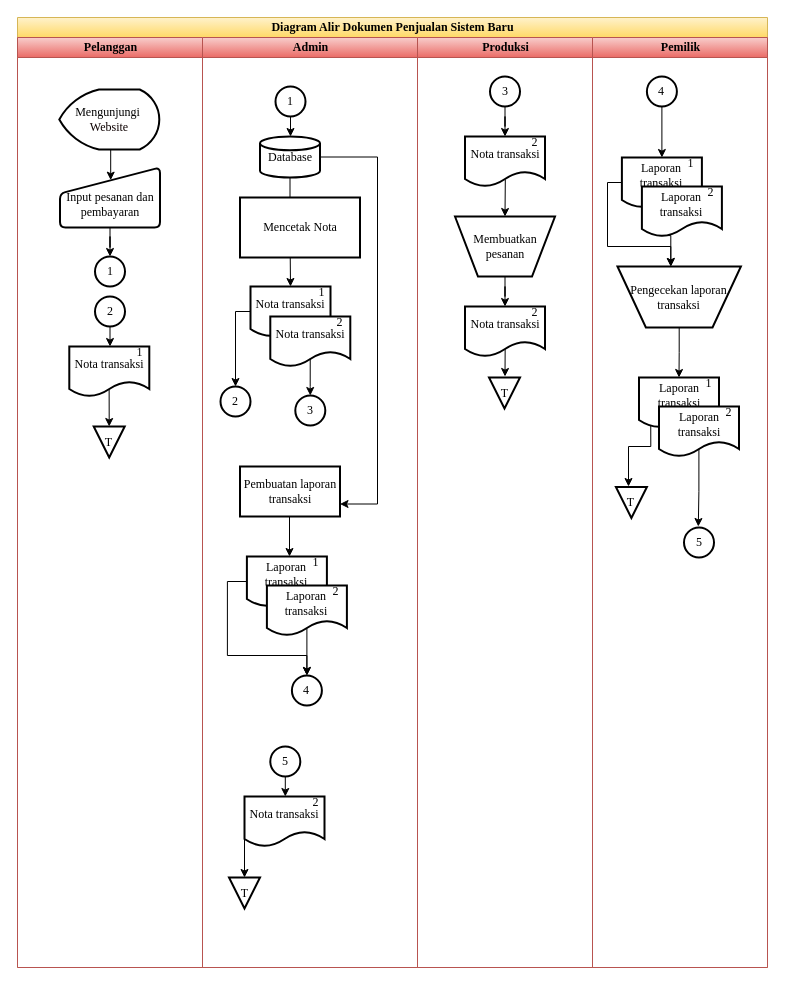
Before: page "Flowchart Baru Revisi" (17 of 22) of TA.drawio in angelinahandini/TA, a draw.io diagram. Source tidied: cells renumbered, new cells numbered last; positions are measured from the earlier drawing's top-left corner, leaving out a move shared by most shapes. Both pictures are drawn from the tidied source at 100%, with x=0, y=0 at pixel (17, 17).
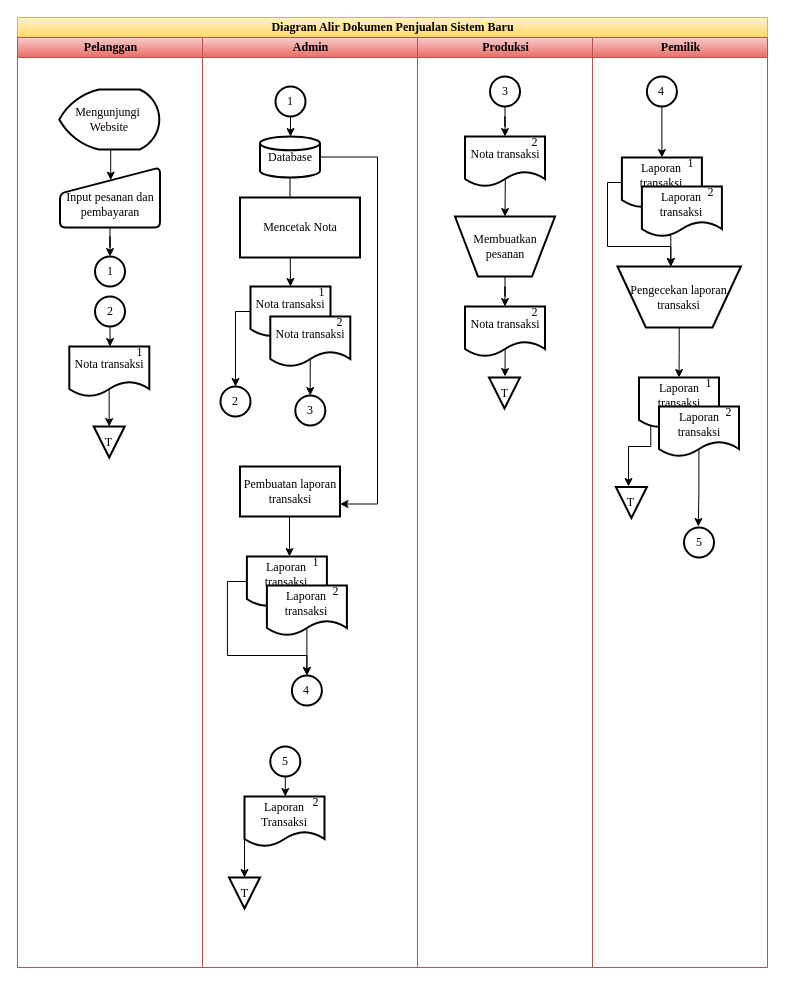
Above is the later version.

The change refers to these unchanged cells:
```xml
<mxCell id="53" style="group;fontFamily=Times New Roman;" parent="29" vertex="1">
  <mxGeometry x="42" y="759" width="81.5" height="50" as="geometry" />
</mxCell>
```

The edit, as a diff of the source:
```diff
@@
-    <mxCell id="54" value="Nota transaksi" style="shape=document;whiteSpace=wrap;html=1;boundedLbl=1;arcSize=10;strokeWidth=2;fontFamily=Times New Roman;" parent="53" vertex="1">
+    <mxCell id="54" value="Laporan Transaksi" style="shape=document;whiteSpace=wrap;html=1;boundedLbl=1;arcSize=10;strokeWidth=2;fontFamily=Times New Roman;" parent="53" vertex="1">
       <mxGeometry width="80" height="50" as="geometry" />
     </mxCell>
```
